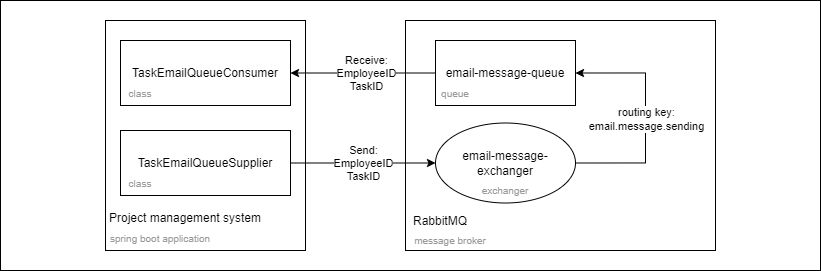
Before: doc/arch/use-case/rabbitMQ.png, a diagram exported from draw.io (PavelNaymovets/project_management_system). Source tidied: cells renumbered, new cells last; positions are measured from the earlier drawing's top-left corner, leaving out a move shared by most shapes.
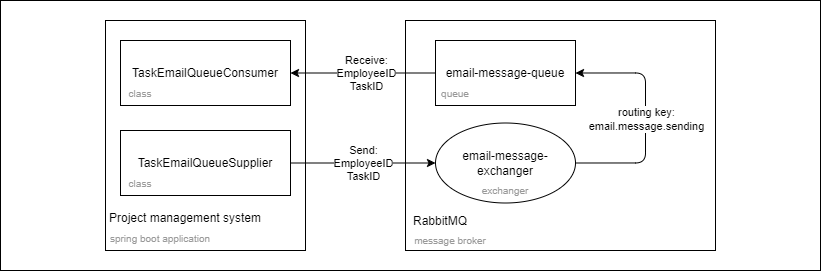
After the commit.

Diff of the diagram source:
```diff
@@ -44,7 +44,7 @@
     <mxCell id="15" value="Send:&lt;br&gt;EmployeeID&lt;br&gt;TaskID" style="edgeLabel;html=1;align=center;verticalAlign=middle;" parent="14" vertex="1">
       <mxGeometry relative="1" as="geometry" />
     </mxCell>
-    <mxCell id="16" style="edgeStyle=orthogonalEdgeStyle;rounded=0;jettySize=auto;html=1;exitX=1;exitY=0.5;exitDx=0;exitDy=0;entryX=1;entryY=0.5;entryDx=0;entryDy=0;" parent="1" edge="1" source="17" target="19">
+    <mxCell id="16" style="edgeStyle=orthogonalEdgeStyle;rounded=1;jettySize=auto;html=1;exitX=1;exitY=0.5;exitDx=0;exitDy=0;entryX=1;entryY=0.5;entryDx=0;entryDy=0;" parent="1" edge="1" source="17" target="19">
       <mxGeometry relative="1" as="geometry">
         <Array as="points">
           <mxPoint x="645" y="162" />
```
